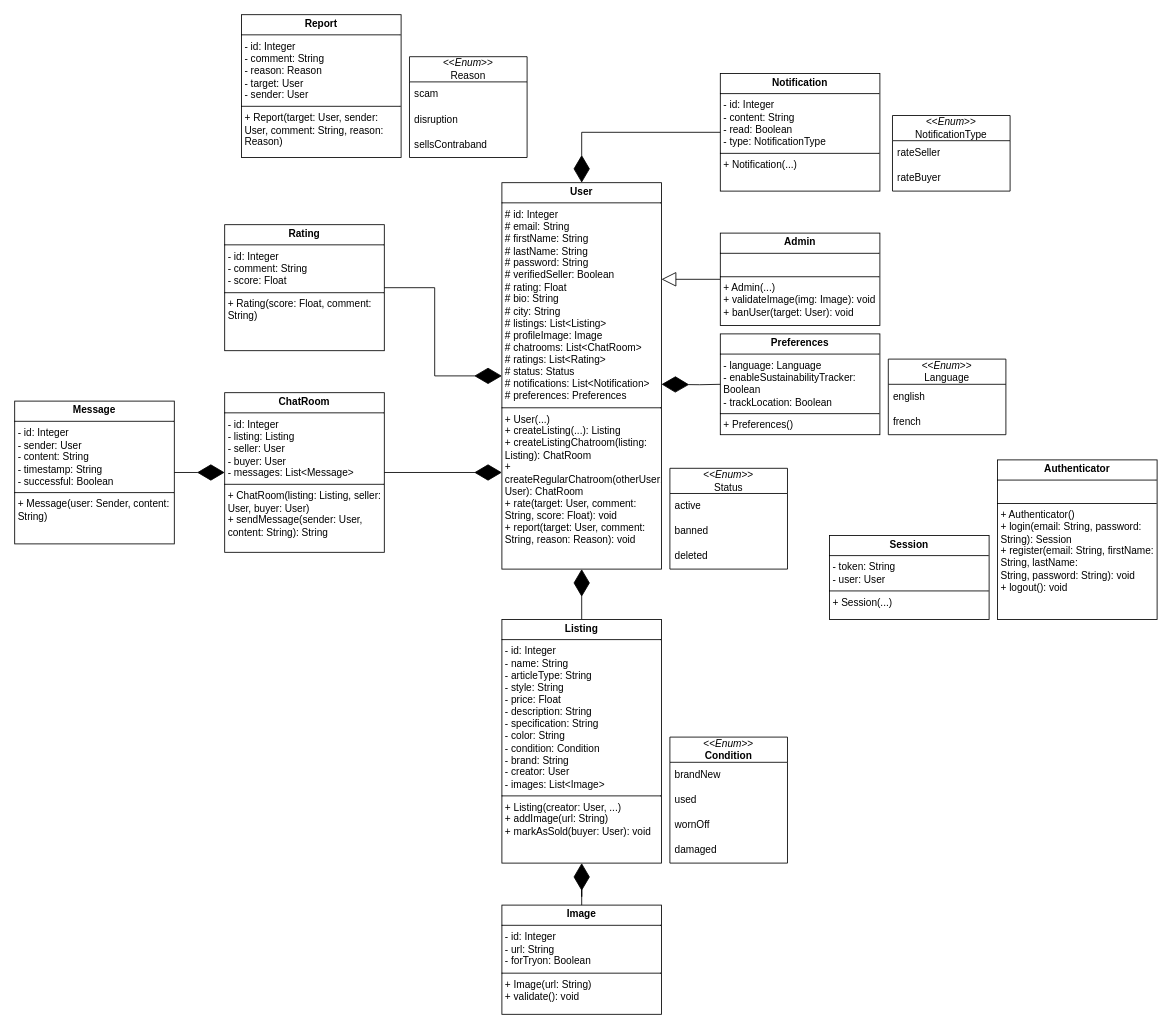
Earlier version of the draw.io diagram page "Page-2" (2 of 2) of documentation/04-System-Design/swapstreetClassDiagram.drawio (AlimuratDinch/SwapStreet). Source tidied: cells renumbered, new cells numbered last; positions are measured from the earlier drawing's top-left corner, leaving out a move shared by most shapes. Both pictures are drawn from the tidied source at 84%, with x=0, y=0 at pixel (14, 14).
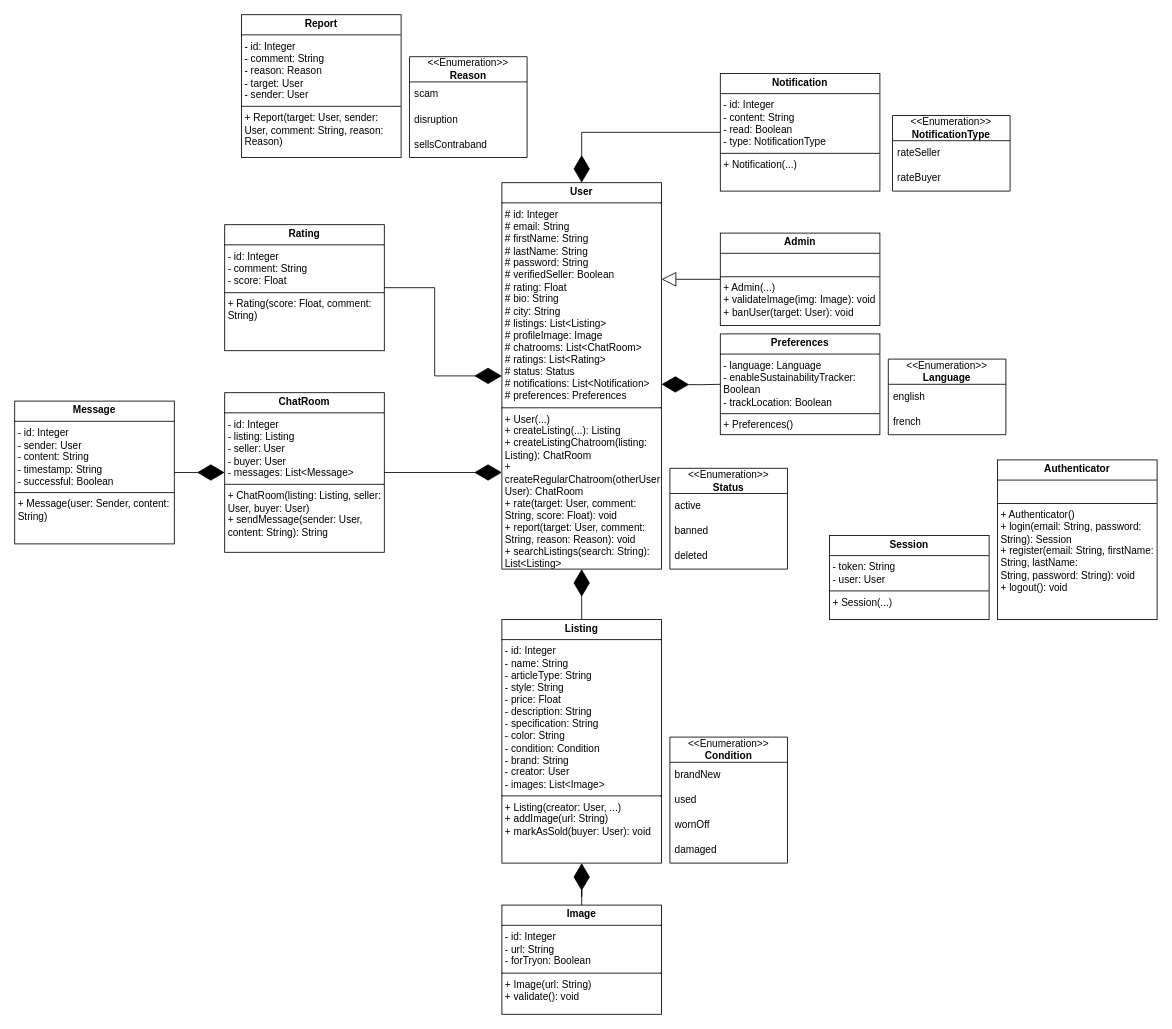
The same diagram, later.

Commit message (it also covers changes not shown here):
(GH-115) docs: add list search functionality

The edit, as a diff of the source:
```diff
@@
-    <mxCell id="3" value="&lt;p style=&quot;margin:0px;margin-top:4px;text-align:center;&quot;&gt;&lt;b&gt;User&lt;/b&gt;&lt;/p&gt;&lt;hr size=&quot;1&quot; style=&quot;border-style:solid;&quot;&gt;&lt;p style=&quot;margin:0px;margin-left:4px;&quot;&gt;# id: Integer&lt;br&gt;# email: String&lt;/p&gt;&lt;p style=&quot;margin:0px;margin-left:4px;&quot;&gt;# firstName: String&lt;/p&gt;&lt;p style=&quot;margin:0px;margin-left:4px;&quot;&gt;# lastName: String&lt;/p&gt;&lt;p style=&quot;margin:0px;margin-left:4px;&quot;&gt;# password: String&lt;/p&gt;&lt;p style=&quot;margin:0px;margin-left:4px;&quot;&gt;# verifiedSeller: Boolean&lt;/p&gt;&lt;p style=&quot;margin:0px;margin-left:4px;&quot;&gt;# rating: Float&lt;/p&gt;&lt;p style=&quot;margin:0px;margin-left:4px;&quot;&gt;# bio: String&lt;/p&gt;&lt;p style=&quot;margin:0px;margin-left:4px;&quot;&gt;# city: String&lt;/p&gt;&lt;p style=&quot;margin:0px;margin-left:4px;&quot;&gt;# listings: List&amp;lt;Listing&amp;gt;&lt;/p&gt;&lt;p style=&quot;margin:0px;margin-left:4px;&quot;&gt;# profileImage: Image&lt;/p&gt;&lt;p style=&quot;margin:0px;margin-left:4px;&quot;&gt;# chatrooms: List&amp;lt;ChatRoom&amp;gt;&lt;/p&gt;&lt;p style=&quot;margin:0px;margin-left:4px;&quot;&gt;# ratings: List&amp;lt;Rating&amp;gt;&lt;/p&gt;&lt;p style=&quot;margin:0px;margin-left:4px;&quot;&gt;# status: Status&lt;/p&gt;&lt;p style=&quot;margin:0px;margin-left:4px;&quot;&gt;# notifications: List&amp;lt;Notification&amp;gt;&lt;/p&gt;&lt;p style=&quot;margin:0px;margin-left:4px;&quot;&gt;# preferences: Preferences&lt;/p&gt;&lt;hr size=&quot;1&quot; style=&quot;border-style:solid;&quot;&gt;&lt;p style=&quot;margin:0px;margin-left:4px;&quot;&gt;+ User(...)&lt;/p&gt;&lt;p style=&quot;margin:0px;margin-left:4px;&quot;&gt;+ createListing(...): Listing&lt;/p&gt;&lt;p style=&quot;margin:0px;margin-left:4px;&quot;&gt;+ createListingChatroom(listing: Listing): ChatRoom&lt;/p&gt;&lt;p style=&quot;margin:0px;margin-left:4px;&quot;&gt;+ createRegularChatroom(otherUser: User): ChatRoom&lt;/p&gt;&lt;p style=&quot;margin:0px;margin-left:4px;&quot;&gt;+ rate(target: User, comment: String, score: Float): void&lt;/p&gt;&lt;p style=&quot;margin:0px;margin-left:4px;&quot;&gt;+ report(target: User, comment: String, reason: Reason): void&lt;/p&gt;&lt;p style=&quot;margin:0px;margin-left:4px;&quot;&gt;&lt;br&gt;&lt;/p&gt;" style="verticalAlign=top;align=left;overflow=fill;html=1;whiteSpace=wrap;" parent="1" vertex="1">
+    <mxCell id="3" value="&lt;p style=&quot;margin:0px;margin-top:4px;text-align:center;&quot;&gt;&lt;b&gt;User&lt;/b&gt;&lt;/p&gt;&lt;hr size=&quot;1&quot; style=&quot;border-style:solid;&quot;&gt;&lt;p style=&quot;margin:0px;margin-left:4px;&quot;&gt;# id: Integer&lt;br&gt;# email: String&lt;/p&gt;&lt;p style=&quot;margin:0px;margin-left:4px;&quot;&gt;# firstName: String&lt;/p&gt;&lt;p style=&quot;margin:0px;margin-left:4px;&quot;&gt;# lastName: String&lt;/p&gt;&lt;p style=&quot;margin:0px;margin-left:4px;&quot;&gt;# password: String&lt;/p&gt;&lt;p style=&quot;margin:0px;margin-left:4px;&quot;&gt;# verifiedSeller: Boolean&lt;/p&gt;&lt;p style=&quot;margin:0px;margin-left:4px;&quot;&gt;# rating: Float&lt;/p&gt;&lt;p style=&quot;margin:0px;margin-left:4px;&quot;&gt;# bio: String&lt;/p&gt;&lt;p style=&quot;margin:0px;margin-left:4px;&quot;&gt;# city: String&lt;/p&gt;&lt;p style=&quot;margin:0px;margin-left:4px;&quot;&gt;# listings: List&amp;lt;Listing&amp;gt;&lt;/p&gt;&lt;p style=&quot;margin:0px;margin-left:4px;&quot;&gt;# profileImage: Image&lt;/p&gt;&lt;p style=&quot;margin:0px;margin-left:4px;&quot;&gt;# chatrooms: List&amp;lt;ChatRoom&amp;gt;&lt;/p&gt;&lt;p style=&quot;margin:0px;margin-left:4px;&quot;&gt;# ratings: List&amp;lt;Rating&amp;gt;&lt;/p&gt;&lt;p style=&quot;margin:0px;margin-left:4px;&quot;&gt;# status: Status&lt;/p&gt;&lt;p style=&quot;margin:0px;margin-left:4px;&quot;&gt;# notifications: List&amp;lt;Notification&amp;gt;&lt;/p&gt;&lt;p style=&quot;margin:0px;margin-left:4px;&quot;&gt;# preferences: Preferences&lt;/p&gt;&lt;hr size=&quot;1&quot; style=&quot;border-style:solid;&quot;&gt;&lt;p style=&quot;margin:0px;margin-left:4px;&quot;&gt;+ User(...)&lt;/p&gt;&lt;p style=&quot;margin:0px;margin-left:4px;&quot;&gt;+ createListing(...): Listing&lt;/p&gt;&lt;p style=&quot;margin:0px;margin-left:4px;&quot;&gt;+ createListingChatroom(listing: Listing): ChatRoom&lt;/p&gt;&lt;p style=&quot;margin:0px;margin-left:4px;&quot;&gt;+ createRegularChatroom(otherUser: User): ChatRoom&lt;/p&gt;&lt;p style=&quot;margin:0px;margin-left:4px;&quot;&gt;+ rate(target: User, comment: String, score: Float): void&lt;/p&gt;&lt;p style=&quot;margin:0px;margin-left:4px;&quot;&gt;+ report(target: User, comment: String, reason: Reason): void&lt;/p&gt;&lt;p style=&quot;margin:0px;margin-left:4px;&quot;&gt;+ searchListings(search: String): List&amp;lt;Listing&amp;gt;&lt;/p&gt;" style="verticalAlign=top;align=left;overflow=fill;html=1;whiteSpace=wrap;" parent="1" vertex="1">
       <mxGeometry x="580" y="200" width="190" height="460" as="geometry" />
     </mxCell>
@@
-    <mxCell id="9" value="&amp;lt;&amp;lt;&lt;i&gt;Enum&lt;/i&gt;&amp;gt;&amp;gt;&lt;div&gt;&lt;b&gt;Condition&lt;/b&gt;&lt;/div&gt;" style="swimlane;fontStyle=0;horizontal=1;startSize=30;whiteSpace=wrap;html=1;" parent="1" vertex="1">
+    <mxCell id="9" value="&amp;lt;&amp;lt;Enumeration&amp;gt;&amp;gt;&lt;div&gt;&lt;b&gt;Condition&lt;/b&gt;&lt;/div&gt;" style="swimlane;fontStyle=0;horizontal=1;startSize=30;whiteSpace=wrap;html=1;" parent="1" vertex="1">
       <mxGeometry x="780" y="860" width="140" height="150" as="geometry" />
     </mxCell>
@@
-    <mxCell id="21" value="&amp;lt;&amp;lt;&lt;i&gt;Enum&lt;/i&gt;&amp;gt;&amp;gt;&lt;div&gt;Reason&lt;/div&gt;" style="swimlane;fontStyle=0;horizontal=1;startSize=30;whiteSpace=wrap;html=1;" parent="1" vertex="1">
+    <mxCell id="21" value="&amp;lt;&amp;lt;Enumeration&amp;gt;&amp;gt;&lt;div&gt;&lt;b&gt;Reason&lt;/b&gt;&lt;/div&gt;" style="swimlane;fontStyle=0;horizontal=1;startSize=30;whiteSpace=wrap;html=1;" parent="1" vertex="1">
       <mxGeometry x="470" y="50" width="140" height="120" as="geometry" />
     </mxCell>
@@
-    <mxCell id="25" value="&amp;lt;&amp;lt;&lt;i&gt;Enum&lt;/i&gt;&amp;gt;&amp;gt;&lt;div&gt;Status&lt;/div&gt;" style="swimlane;fontStyle=0;horizontal=1;startSize=30;whiteSpace=wrap;html=1;" parent="1" vertex="1">
+    <mxCell id="25" value="&amp;lt;&amp;lt;Enumeration&amp;gt;&amp;gt;&lt;div&gt;&lt;b&gt;Status&lt;/b&gt;&lt;/div&gt;" style="swimlane;fontStyle=0;horizontal=1;startSize=30;whiteSpace=wrap;html=1;" parent="1" vertex="1">
       <mxGeometry x="780" y="540" width="140" height="120" as="geometry" />
     </mxCell>
@@
-    <mxCell id="32" value="&amp;lt;&amp;lt;&lt;i&gt;Enum&lt;/i&gt;&amp;gt;&amp;gt;&lt;div&gt;&lt;span style=&quot;text-align: left;&quot;&gt;NotificationType&lt;/span&gt;&lt;/div&gt;" style="swimlane;fontStyle=0;horizontal=1;startSize=30;whiteSpace=wrap;html=1;" parent="1" vertex="1">
+    <mxCell id="32" value="&amp;lt;&amp;lt;Enumeration&amp;gt;&amp;gt;&lt;div&gt;&lt;span style=&quot;text-align: left;&quot;&gt;&lt;b&gt;NotificationType&lt;/b&gt;&lt;/span&gt;&lt;/div&gt;" style="swimlane;fontStyle=0;horizontal=1;startSize=30;whiteSpace=wrap;html=1;" parent="1" vertex="1">
       <mxGeometry x="1045" y="120" width="140" height="90" as="geometry" />
     </mxCell>
@@
-    <mxCell id="36" value="&amp;lt;&amp;lt;&lt;i&gt;Enum&lt;/i&gt;&amp;gt;&amp;gt;&lt;div&gt;Language&lt;/div&gt;" style="swimlane;fontStyle=0;horizontal=1;startSize=30;whiteSpace=wrap;html=1;" parent="1" vertex="1">
+    <mxCell id="36" value="&amp;lt;&amp;lt;Enumeration&amp;gt;&amp;gt;&lt;div&gt;&lt;b&gt;Language&lt;/b&gt;&lt;/div&gt;" style="swimlane;fontStyle=0;horizontal=1;startSize=30;whiteSpace=wrap;html=1;" parent="1" vertex="1">
       <mxGeometry x="1040" y="410" width="140" height="90" as="geometry" />
     </mxCell>
```
